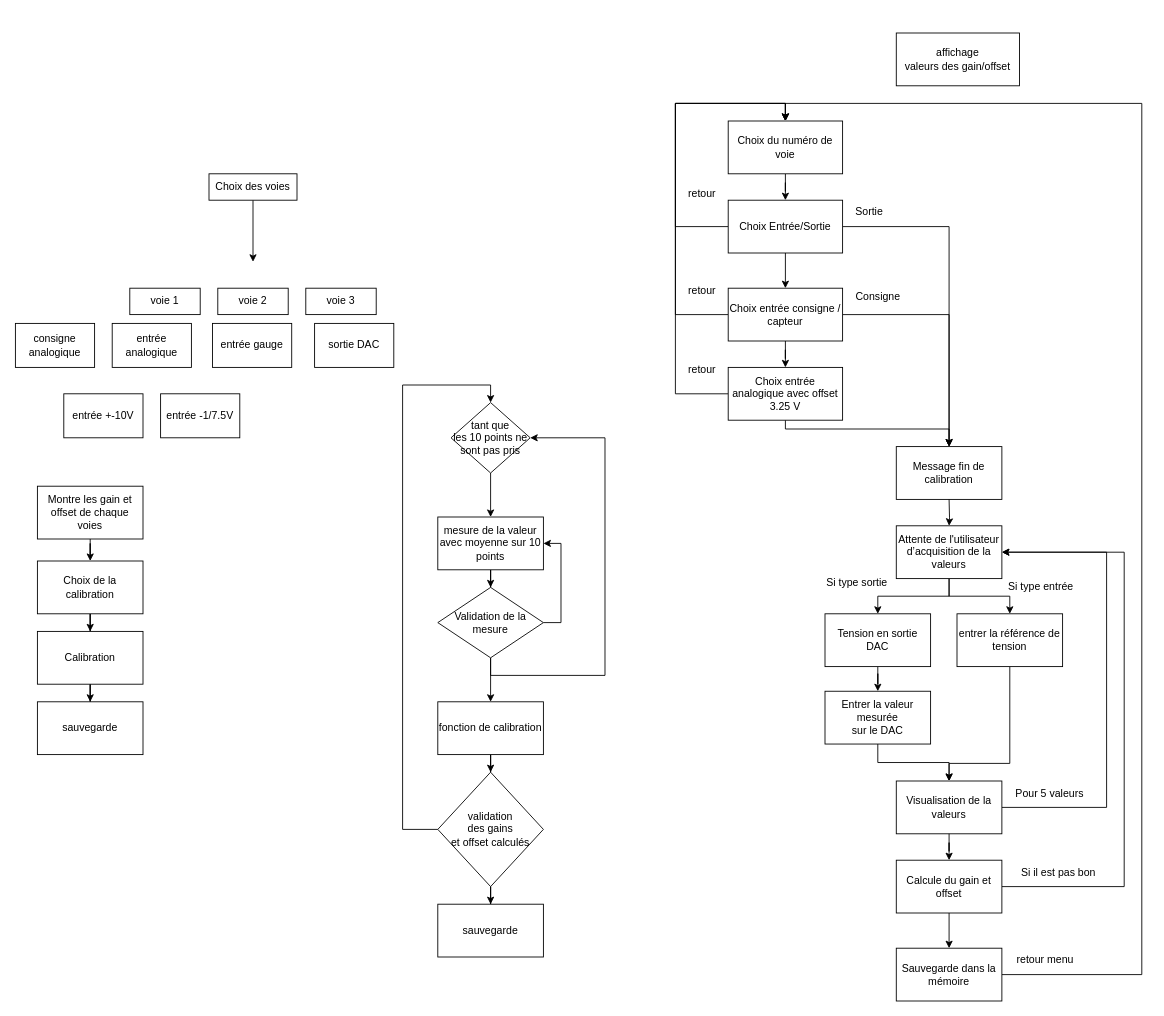
Floriangit12/Bureau_Etude keeps this draw.io diagram as Diagramme sans nom.drawio. Above is the earlier version. Source tidied: cells renumbered, new cells numbered last; positions are measured from the earlier drawing's top-left corner, leaving out a move shared by most shapes. Both pictures are drawn from the tidied source at 88%, with x=0, y=0 at pixel (15, 33).
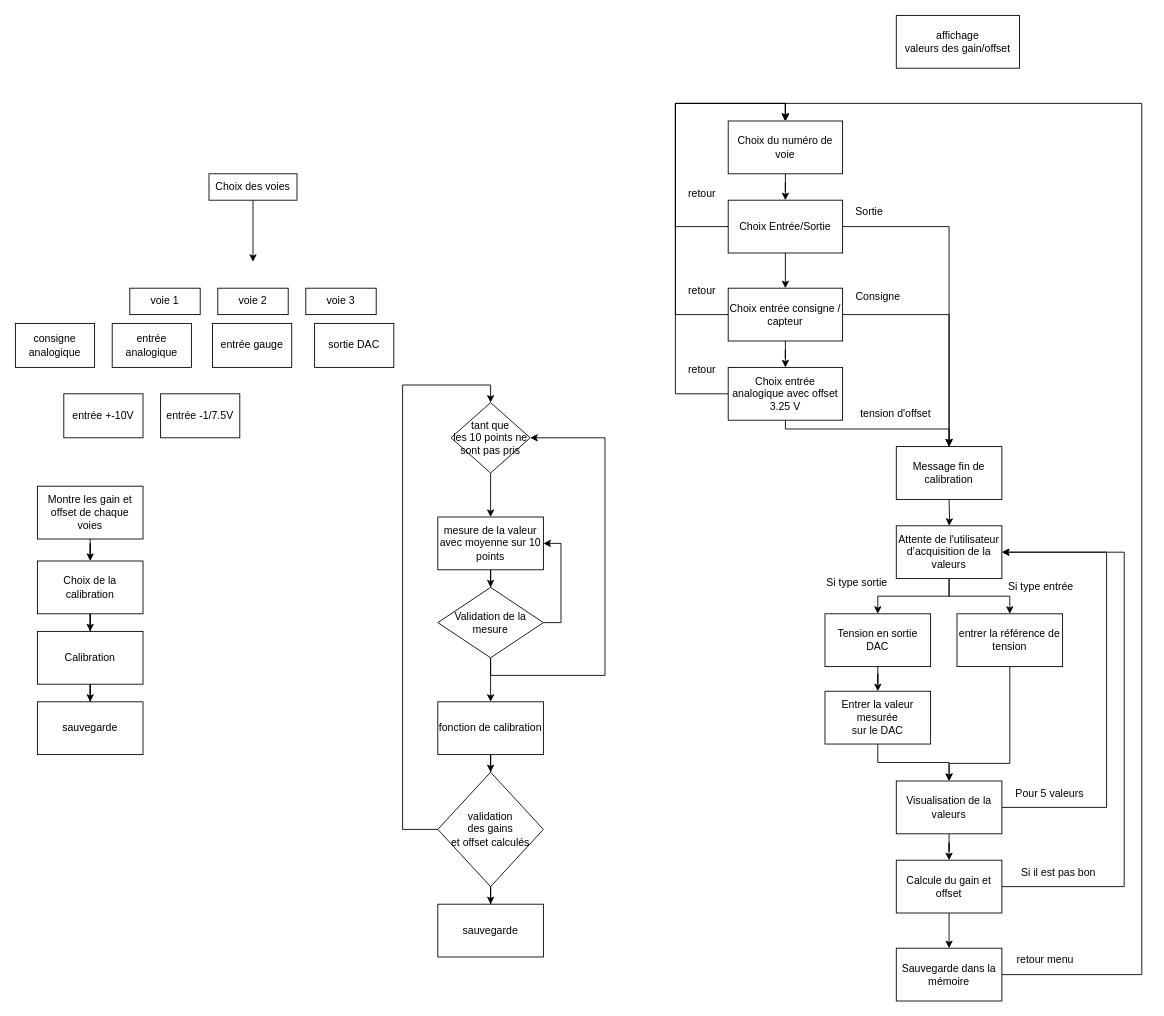
Above is the later version.

Commit message:
Mettre à jour Diagramme sans nom.drawio

The edit, as a diff of the source:
```diff
@@
     <mxCell id="34" value="affichage &lt;br&gt;valeurs des gain/offset" style="rounded=0;whiteSpace=wrap;html=1;" parent="1" vertex="1">
-      <mxGeometry x="1001" width="140" height="60" as="geometry" />
+      <mxGeometry x="1001" y="-20" width="140" height="60" as="geometry" />
     </mxCell>
@@
+    <mxCell id="77" value="tension d'offset" style="text;html=1;align=center;verticalAlign=middle;strokeColor=none;fillColor=none;" parent="1" vertex="1">
+      <mxGeometry x="950" y="418" width="100" height="30" as="geometry" />
+    </mxCell>
```
